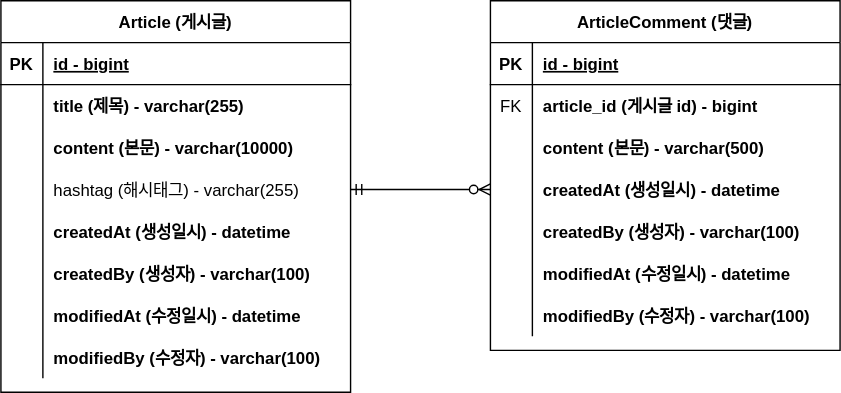
Jung98/fast-project-board keeps this draw.io diagram as document/project-board-erd.svg. Above is the earlier version. Source tidied: cells renumbered, new cells last; positions are measured from the earlier drawing's top-left corner, leaving out a move shared by most shapes.
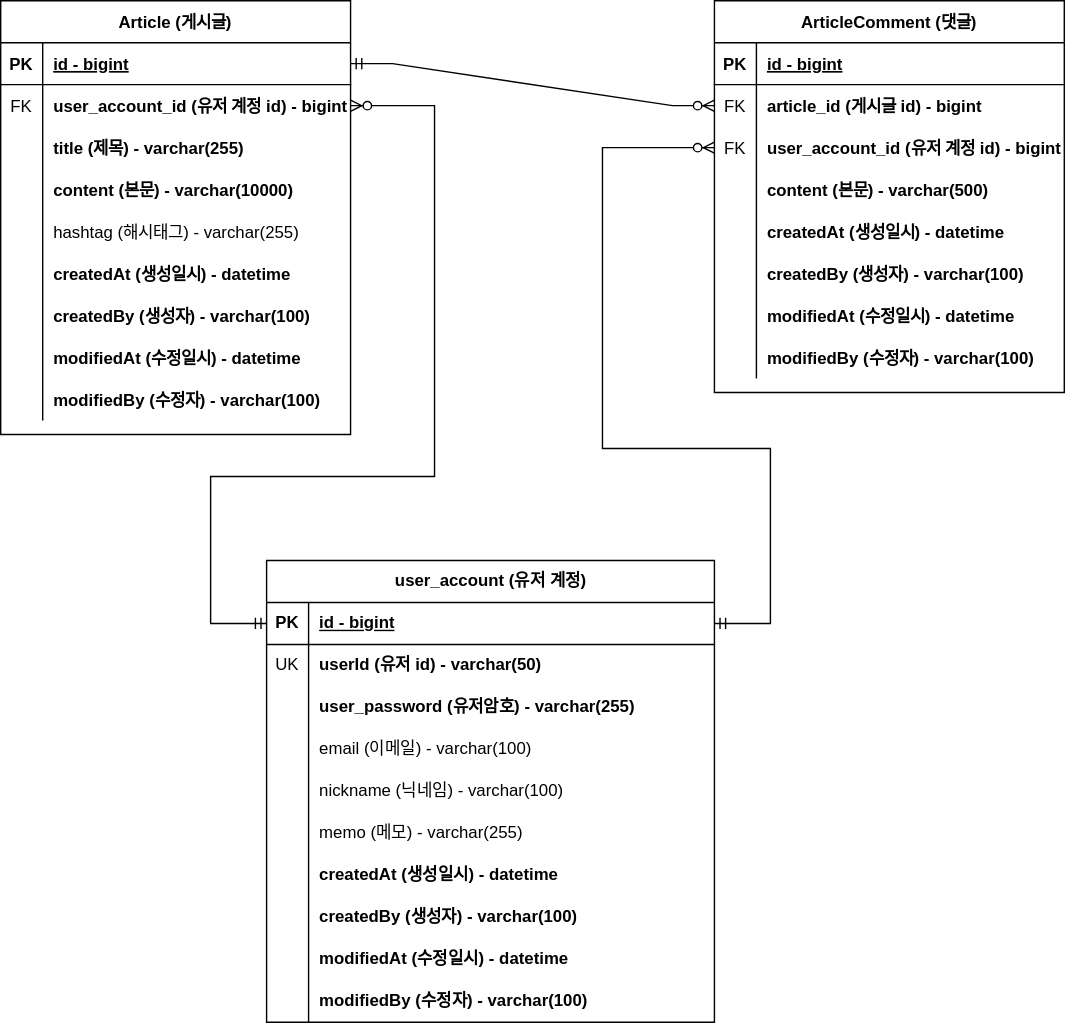
Above is the later version.

Commit message:
#21 - 회원 계정 도메인 구현 및 erd 반영

What changed in the source:
```diff
@@ -3,7 +3,7 @@
     <mxCell id="0" />
     <mxCell id="1" parent="0" />
     <mxCell id="2" value="Article (게시글)" style="shape=table;startSize=30;rowLines=0;fontStyle=1;align=center;" parent="1" vertex="1">
-      <mxGeometry width="250" height="280" as="geometry" />
+      <mxGeometry x="-30" width="250" height="310" as="geometry" />
     </mxCell>
     <mxCell id="3" style="shape=partialRectangle;fillColor=none;points=[[0,0.5],[1,0.5]];portConstraint=eastwest;top=0;left=0;right=0;bottom=1;" parent="2" vertex="1">
       <mxGeometry y="30" width="250" height="30" as="geometry" />
@@ -17,14 +17,23 @@
     <mxCell id="6" style="shape=partialRectangle;fillColor=none;points=[[0,0.5],[1,0.5]];portConstraint=eastwest;top=0;left=0;right=0;bottom=0;" parent="2" vertex="1">
       <mxGeometry y="60" width="250" height="30" as="geometry" />
     </mxCell>
-    <mxCell id="7" style="shape=partialRectangle;overflow=hidden;fillColor=none;top=0;left=0;bottom=0;right=0;" parent="6" vertex="1">
+    <mxCell id="7" value="FK" style="shape=partialRectangle;overflow=hidden;fillColor=none;top=0;left=0;bottom=0;right=0;" parent="6" vertex="1">
       <mxGeometry width="30" height="30" as="geometry" />
     </mxCell>
-    <mxCell id="8" value="title (제목) - varchar(255)" style="shape=partialRectangle;overflow=hidden;fillColor=none;top=0;left=0;bottom=0;right=0;align=left;spacingLeft=6;fontStyle=1;" parent="6" vertex="1">
+    <mxCell id="8" value="user_account_id (유저 계정 id) - bigint" style="shape=partialRectangle;overflow=hidden;fillColor=none;top=0;left=0;bottom=0;right=0;align=left;spacingLeft=6;fontStyle=1;" parent="6" vertex="1">
       <mxGeometry x="30" width="220" height="30" as="geometry" />
     </mxCell>
+    <mxCell id="50" style="shape=partialRectangle;fillColor=none;top=0;left=0;right=0;bottom=0;" parent="2" vertex="1">
+      <mxGeometry y="90" width="250" height="30" as="geometry" />
+    </mxCell>
+    <mxCell id="51" style="shape=partialRectangle;overflow=hidden;fillColor=none;top=0;left=0;bottom=0;right=0;" parent="50" vertex="1">
+      <mxGeometry width="30" height="30" as="geometry" />
+    </mxCell>
+    <mxCell id="52" value="title (제목) - varchar(255)" style="shape=partialRectangle;overflow=hidden;fillColor=none;top=0;left=0;bottom=0;right=0;align=left;spacingLeft=6;fontStyle=1;" parent="50" vertex="1">
+      <mxGeometry x="30" width="220" height="30" as="geometry" />
+    </mxCell>
     <mxCell id="9" style="shape=partialRectangle;fillColor=none;top=0;left=0;right=0;bottom=0;" parent="2" vertex="1">
-      <mxGeometry y="90" width="250" height="30" as="geometry" />
+      <mxGeometry y="120" width="250" height="30" as="geometry" />
     </mxCell>
     <mxCell id="10" style="shape=partialRectangle;overflow=hidden;fillColor=none;top=0;left=0;bottom=0;right=0;" parent="9" vertex="1">
       <mxGeometry width="30" height="30" as="geometry" />
@@ -33,7 +42,7 @@
       <mxGeometry x="30" width="220" height="30" as="geometry" />
     </mxCell>
     <mxCell id="12" style="shape=partialRectangle;fillColor=none;points=[[0,0.5],[1,0.5]];portConstraint=eastwest;top=0;left=0;right=0;bottom=0;" parent="2" vertex="1">
-      <mxGeometry y="120" width="250" height="30" as="geometry" />
+      <mxGeometry y="150" width="250" height="30" as="geometry" />
     </mxCell>
     <mxCell id="13" style="shape=partialRectangle;overflow=hidden;fillColor=none;top=0;left=0;bottom=0;right=0;" parent="12" vertex="1">
       <mxGeometry width="30" height="30" as="geometry" />
@@ -42,7 +51,7 @@
       <mxGeometry x="30" width="220" height="30" as="geometry" />
     </mxCell>
     <mxCell id="15" style="shape=partialRectangle;fillColor=none;top=0;left=0;right=0;bottom=0;" parent="2" vertex="1">
-      <mxGeometry y="150" width="250" height="30" as="geometry" />
+      <mxGeometry y="180" width="250" height="30" as="geometry" />
     </mxCell>
     <mxCell id="16" style="shape=partialRectangle;overflow=hidden;fillColor=none;top=0;left=0;bottom=0;right=0;" parent="15" vertex="1">
       <mxGeometry width="30" height="30" as="geometry" />
@@ -51,7 +60,7 @@
       <mxGeometry x="30" width="220" height="30" as="geometry" />
     </mxCell>
     <mxCell id="18" style="shape=partialRectangle;fillColor=none;top=0;left=0;right=0;bottom=0;" parent="2" vertex="1">
-      <mxGeometry y="180" width="250" height="30" as="geometry" />
+      <mxGeometry y="210" width="250" height="30" as="geometry" />
     </mxCell>
     <mxCell id="19" style="shape=partialRectangle;overflow=hidden;fillColor=none;top=0;left=0;bottom=0;right=0;" parent="18" vertex="1">
       <mxGeometry width="30" height="30" as="geometry" />
@@ -60,7 +69,7 @@
       <mxGeometry x="30" width="220" height="30" as="geometry" />
     </mxCell>
     <mxCell id="21" style="shape=partialRectangle;fillColor=none;top=0;left=0;right=0;bottom=0;" parent="2" vertex="1">
-      <mxGeometry y="210" width="250" height="30" as="geometry" />
+      <mxGeometry y="240" width="250" height="30" as="geometry" />
     </mxCell>
     <mxCell id="22" style="shape=partialRectangle;overflow=hidden;fillColor=none;top=0;left=0;bottom=0;right=0;" parent="21" vertex="1">
       <mxGeometry width="30" height="30" as="geometry" />
@@ -69,7 +78,7 @@
       <mxGeometry x="30" width="220" height="30" as="geometry" />
     </mxCell>
     <mxCell id="24" style="shape=partialRectangle;fillColor=none;top=0;left=0;right=0;bottom=0;" parent="2" vertex="1">
-      <mxGeometry y="240" width="250" height="30" as="geometry" />
+      <mxGeometry y="270" width="250" height="30" as="geometry" />
     </mxCell>
     <mxCell id="25" style="shape=partialRectangle;overflow=hidden;fillColor=none;top=0;left=0;bottom=0;right=0;" parent="24" vertex="1">
       <mxGeometry width="30" height="30" as="geometry" />
@@ -78,7 +87,7 @@
       <mxGeometry x="30" width="220" height="30" as="geometry" />
     </mxCell>
     <mxCell id="27" value="ArticleComment (댓글)" style="shape=table;startSize=30;rowLines=0;fontStyle=1;align=center;" parent="1" vertex="1">
-      <mxGeometry x="350" width="250" height="250" as="geometry" />
+      <mxGeometry x="480" width="250" height="280" as="geometry" />
     </mxCell>
     <mxCell id="28" style="shape=partialRectangle;fillColor=none;top=0;left=0;right=0;bottom=1;" parent="27" vertex="1">
       <mxGeometry y="30" width="250" height="30" as="geometry" />
@@ -98,8 +107,17 @@
     <mxCell id="33" value="article_id (게시글 id) - bigint" style="shape=partialRectangle;overflow=hidden;fillColor=none;top=0;left=0;bottom=0;right=0;align=left;spacingLeft=6;fontStyle=1;" parent="31" vertex="1">
       <mxGeometry x="30" width="220" height="30" as="geometry" />
     </mxCell>
+    <mxCell id="53" style="shape=partialRectangle;fillColor=none;points=[[0,0.5],[1,0.5]];portConstraint=eastwest;top=0;left=0;right=0;bottom=0;" parent="27" vertex="1">
+      <mxGeometry y="90" width="250" height="30" as="geometry" />
+    </mxCell>
+    <mxCell id="54" value="FK" style="shape=partialRectangle;overflow=hidden;fillColor=none;top=0;left=0;bottom=0;right=0;" parent="53" vertex="1">
+      <mxGeometry width="30" height="30" as="geometry" />
+    </mxCell>
+    <mxCell id="55" value="user_account_id (유저 계정 id) - bigint" style="shape=partialRectangle;overflow=hidden;fillColor=none;top=0;left=0;bottom=0;right=0;align=left;spacingLeft=6;fontStyle=1;" parent="53" vertex="1">
+      <mxGeometry x="30" width="220" height="30" as="geometry" />
+    </mxCell>
     <mxCell id="34" style="shape=partialRectangle;fillColor=none;top=0;left=0;right=0;bottom=0;" parent="27" vertex="1">
-      <mxGeometry y="90" width="250" height="30" as="geometry" />
+      <mxGeometry y="120" width="250" height="30" as="geometry" />
     </mxCell>
     <mxCell id="35" style="shape=partialRectangle;overflow=hidden;fillColor=none;top=0;left=0;bottom=0;right=0;" parent="34" vertex="1">
       <mxGeometry width="30" height="30" as="geometry" />
@@ -108,7 +126,7 @@
       <mxGeometry x="30" width="220" height="30" as="geometry" />
     </mxCell>
     <mxCell id="37" style="shape=partialRectangle;fillColor=none;points=[[0,0.5],[1,0.5]];portConstraint=eastwest;top=0;left=0;right=0;bottom=0;" parent="27" vertex="1">
-      <mxGeometry y="120" width="250" height="30" as="geometry" />
+      <mxGeometry y="150" width="250" height="30" as="geometry" />
     </mxCell>
     <mxCell id="38" style="shape=partialRectangle;overflow=hidden;fillColor=none;top=0;left=0;bottom=0;right=0;" parent="37" vertex="1">
       <mxGeometry width="30" height="30" as="geometry" />
@@ -117,7 +135,7 @@
       <mxGeometry x="30" width="220" height="30" as="geometry" />
     </mxCell>
     <mxCell id="40" style="shape=partialRectangle;fillColor=none;top=0;left=0;right=0;bottom=0;" parent="27" vertex="1">
-      <mxGeometry y="150" width="250" height="30" as="geometry" />
+      <mxGeometry y="180" width="250" height="30" as="geometry" />
     </mxCell>
     <mxCell id="41" style="shape=partialRectangle;overflow=hidden;fillColor=none;top=0;left=0;bottom=0;right=0;" parent="40" vertex="1">
       <mxGeometry width="30" height="30" as="geometry" />
@@ -126,7 +144,7 @@
       <mxGeometry x="30" width="220" height="30" as="geometry" />
     </mxCell>
     <mxCell id="43" style="shape=partialRectangle;fillColor=none;top=0;left=0;right=0;bottom=0;" parent="27" vertex="1">
-      <mxGeometry y="180" width="250" height="30" as="geometry" />
+      <mxGeometry y="210" width="250" height="30" as="geometry" />
     </mxCell>
     <mxCell id="44" style="shape=partialRectangle;overflow=hidden;fillColor=none;top=0;left=0;bottom=0;right=0;" parent="43" vertex="1">
       <mxGeometry width="30" height="30" as="geometry" />
@@ -135,7 +153,7 @@
       <mxGeometry x="30" width="220" height="30" as="geometry" />
     </mxCell>
     <mxCell id="46" style="shape=partialRectangle;fillColor=none;top=0;left=0;right=0;bottom=0;" parent="27" vertex="1">
-      <mxGeometry y="210" width="250" height="30" as="geometry" />
+      <mxGeometry y="240" width="250" height="30" as="geometry" />
     </mxCell>
     <mxCell id="47" style="shape=partialRectangle;overflow=hidden;fillColor=none;top=0;left=0;bottom=0;right=0;" parent="46" vertex="1">
       <mxGeometry width="30" height="30" as="geometry" />
@@ -143,8 +161,121 @@
     <mxCell id="48" value="modifiedBy (수정자) - varchar(100)" style="shape=partialRectangle;overflow=hidden;fillColor=none;top=0;left=0;bottom=0;right=0;align=left;spacingLeft=6;fontStyle=1;" parent="46" vertex="1">
       <mxGeometry x="30" width="220" height="30" as="geometry" />
     </mxCell>
-    <mxCell id="49" style="edgeStyle=entityRelationEdgeStyle;fontSize=12;html=1;endArrow=ERzeroToMany;startArrow=ERmandOne;rounded=0;exitX=1;exitY=0.5;exitDx=0;exitDy=0;entryX=0;entryY=0.5;entryDx=0;entryDy=0;" parent="1" edge="1" source="12" target="37">
+    <mxCell id="49" style="edgeStyle=entityRelationEdgeStyle;fontSize=12;html=1;endArrow=ERzeroToMany;startArrow=ERmandOne;rounded=0;exitX=1;exitY=0.5;exitDx=0;exitDy=0;entryX=0;entryY=0.5;entryDx=0;entryDy=0;" parent="1" edge="1" source="3" target="31">
       <mxGeometry relative="1" as="geometry" />
     </mxCell>
+    <mxCell id="56" value="user_account (유저 계정)" style="shape=table;startSize=30;rowLines=0;fontStyle=1;align=center;html=1;" parent="1" vertex="1">
+      <mxGeometry x="160" y="400" width="320" height="330" as="geometry" />
+    </mxCell>
+    <mxCell id="57" style="shape=tableRow;horizontal=0;startSize=0;swimlaneHead=0;swimlaneBody=0;fillColor=none;points=[[0,0.5],[1,0.5]];portConstraint=eastwest;top=0;left=0;right=0;bottom=1;" parent="56" vertex="1">
+      <mxGeometry y="30" width="320" height="30" as="geometry" />
+    </mxCell>
+    <mxCell id="58" value="PK" style="shape=partialRectangle;fillColor=none;top=0;left=0;bottom=0;right=0;fontStyle=1;overflow=hidden;whiteSpace=wrap;html=1;" parent="57" vertex="1">
+      <mxGeometry width="30" height="30" as="geometry" />
+    </mxCell>
+    <mxCell id="59" value="id - bigint" style="shape=partialRectangle;fillColor=none;top=0;left=0;bottom=0;right=0;align=left;spacingLeft=6;fontStyle=5;overflow=hidden;whiteSpace=wrap;html=1;" parent="57" vertex="1">
+      <mxGeometry x="30" width="290" height="30" as="geometry" />
+    </mxCell>
+    <mxCell id="60" style="shape=tableRow;horizontal=0;startSize=0;swimlaneHead=0;swimlaneBody=0;fillColor=none;top=0;left=0;right=0;bottom=0;" parent="56" vertex="1">
+      <mxGeometry y="60" width="320" height="30" as="geometry" />
+    </mxCell>
+    <mxCell id="61" value="UK" style="shape=partialRectangle;fillColor=none;top=0;left=0;bottom=0;right=0;overflow=hidden;whiteSpace=wrap;html=1;" parent="60" vertex="1">
+      <mxGeometry width="30" height="30" as="geometry" />
+    </mxCell>
+    <mxCell id="62" value="userId (유저 id) - varchar(50)" style="shape=partialRectangle;fillColor=none;top=0;left=0;bottom=0;right=0;align=left;spacingLeft=6;overflow=hidden;whiteSpace=wrap;html=1;fontStyle=1;" parent="60" vertex="1">
+      <mxGeometry x="30" width="290" height="30" as="geometry" />
+    </mxCell>
+    <mxCell id="63" style="shape=tableRow;horizontal=0;startSize=0;swimlaneHead=0;swimlaneBody=0;fillColor=none;top=0;left=0;right=0;bottom=0;" parent="56" vertex="1">
+      <mxGeometry y="90" width="320" height="30" as="geometry" />
+    </mxCell>
+    <mxCell id="64" style="shape=partialRectangle;fillColor=none;top=0;left=0;bottom=0;right=0;overflow=hidden;whiteSpace=wrap;html=1;" parent="63" vertex="1">
+      <mxGeometry width="30" height="30" as="geometry" />
+    </mxCell>
+    <mxCell id="65" value="user_password (유저암호) - varchar(255)" style="shape=partialRectangle;fillColor=none;top=0;left=0;bottom=0;right=0;align=left;spacingLeft=6;overflow=hidden;whiteSpace=wrap;html=1;fontStyle=1;" parent="63" vertex="1">
+      <mxGeometry x="30" width="290" height="30" as="geometry" />
+    </mxCell>
+    <mxCell id="66" style="shape=tableRow;horizontal=0;startSize=0;swimlaneHead=0;swimlaneBody=0;fillColor=none;top=0;left=0;right=0;bottom=0;" parent="56" vertex="1">
+      <mxGeometry y="120" width="320" height="30" as="geometry" />
+    </mxCell>
+    <mxCell id="67" style="shape=partialRectangle;fillColor=none;top=0;left=0;bottom=0;right=0;overflow=hidden;whiteSpace=wrap;html=1;" parent="66" vertex="1">
+      <mxGeometry width="30" height="30" as="geometry" />
+    </mxCell>
+    <mxCell id="68" value="email (이메일) - varchar(100)" style="shape=partialRectangle;fillColor=none;top=0;left=0;bottom=0;right=0;align=left;spacingLeft=6;overflow=hidden;whiteSpace=wrap;html=1;" parent="66" vertex="1">
+      <mxGeometry x="30" width="290" height="30" as="geometry" />
+    </mxCell>
+    <mxCell id="69" style="shape=tableRow;horizontal=0;startSize=0;swimlaneHead=0;swimlaneBody=0;fillColor=none;top=0;left=0;right=0;bottom=0;" parent="56" vertex="1">
+      <mxGeometry y="150" width="320" height="30" as="geometry" />
+    </mxCell>
+    <mxCell id="70" style="shape=partialRectangle;fillColor=none;top=0;left=0;bottom=0;right=0;overflow=hidden;whiteSpace=wrap;html=1;" parent="69" vertex="1">
+      <mxGeometry width="30" height="30" as="geometry" />
+    </mxCell>
+    <mxCell id="71" value="nickname (닉네임) - varchar(100)" style="shape=partialRectangle;fillColor=none;top=0;left=0;bottom=0;right=0;align=left;spacingLeft=6;overflow=hidden;whiteSpace=wrap;html=1;" parent="69" vertex="1">
+      <mxGeometry x="30" width="290" height="30" as="geometry" />
+    </mxCell>
+    <mxCell id="72" style="shape=tableRow;horizontal=0;startSize=0;swimlaneHead=0;swimlaneBody=0;fillColor=none;top=0;left=0;right=0;bottom=0;" parent="56" vertex="1">
+      <mxGeometry y="180" width="320" height="30" as="geometry" />
+    </mxCell>
+    <mxCell id="73" style="shape=partialRectangle;fillColor=none;top=0;left=0;bottom=0;right=0;overflow=hidden;whiteSpace=wrap;html=1;" parent="72" vertex="1">
+      <mxGeometry width="30" height="30" as="geometry" />
+    </mxCell>
+    <mxCell id="74" value="memo (메모) - varchar(255)" style="shape=partialRectangle;fillColor=none;top=0;left=0;bottom=0;right=0;align=left;spacingLeft=6;overflow=hidden;whiteSpace=wrap;html=1;" parent="72" vertex="1">
+      <mxGeometry x="30" width="290" height="30" as="geometry" />
+    </mxCell>
+    <mxCell id="75" style="shape=tableRow;horizontal=0;startSize=0;swimlaneHead=0;swimlaneBody=0;fillColor=none;top=0;left=0;right=0;bottom=0;" parent="56" vertex="1">
+      <mxGeometry y="210" width="320" height="30" as="geometry" />
+    </mxCell>
+    <mxCell id="76" style="shape=partialRectangle;fillColor=none;top=0;left=0;bottom=0;right=0;overflow=hidden;whiteSpace=wrap;html=1;" parent="75" vertex="1">
+      <mxGeometry width="30" height="30" as="geometry" />
+    </mxCell>
+    <mxCell id="77" value="createdAt (생성일시) - datetime" style="shape=partialRectangle;fillColor=none;top=0;left=0;bottom=0;right=0;align=left;spacingLeft=6;overflow=hidden;whiteSpace=wrap;html=1;fontStyle=1;" parent="75" vertex="1">
+      <mxGeometry x="30" width="290" height="30" as="geometry" />
+    </mxCell>
+    <mxCell id="78" style="shape=tableRow;horizontal=0;startSize=0;swimlaneHead=0;swimlaneBody=0;fillColor=none;top=0;left=0;right=0;bottom=0;" parent="56" vertex="1">
+      <mxGeometry y="240" width="320" height="30" as="geometry" />
+    </mxCell>
+    <mxCell id="79" style="shape=partialRectangle;fillColor=none;top=0;left=0;bottom=0;right=0;overflow=hidden;whiteSpace=wrap;html=1;" parent="78" vertex="1">
+      <mxGeometry width="30" height="30" as="geometry" />
+    </mxCell>
+    <mxCell id="80" value="createdBy (생성자) - varchar(100)" style="shape=partialRectangle;fillColor=none;top=0;left=0;bottom=0;right=0;align=left;spacingLeft=6;overflow=hidden;whiteSpace=wrap;html=1;fontStyle=1;" parent="78" vertex="1">
+      <mxGeometry x="30" width="290" height="30" as="geometry" />
+    </mxCell>
+    <mxCell id="81" style="shape=tableRow;horizontal=0;startSize=0;swimlaneHead=0;swimlaneBody=0;fillColor=none;top=0;left=0;right=0;bottom=0;" parent="56" vertex="1">
+      <mxGeometry y="270" width="320" height="30" as="geometry" />
+    </mxCell>
+    <mxCell id="82" style="shape=partialRectangle;fillColor=none;top=0;left=0;bottom=0;right=0;overflow=hidden;whiteSpace=wrap;html=1;" parent="81" vertex="1">
+      <mxGeometry width="30" height="30" as="geometry" />
+    </mxCell>
+    <mxCell id="83" value="modifiedAt (수정일시) - datetime" style="shape=partialRectangle;fillColor=none;top=0;left=0;bottom=0;right=0;align=left;spacingLeft=6;overflow=hidden;whiteSpace=wrap;html=1;fontStyle=1;" parent="81" vertex="1">
+      <mxGeometry x="30" width="290" height="30" as="geometry" />
+    </mxCell>
+    <mxCell id="84" style="shape=tableRow;horizontal=0;startSize=0;swimlaneHead=0;swimlaneBody=0;fillColor=none;top=0;left=0;right=0;bottom=0;" parent="56" vertex="1">
+      <mxGeometry y="300" width="320" height="30" as="geometry" />
+    </mxCell>
+    <mxCell id="85" style="shape=partialRectangle;fillColor=none;top=0;left=0;bottom=0;right=0;overflow=hidden;whiteSpace=wrap;html=1;" parent="84" vertex="1">
+      <mxGeometry width="30" height="30" as="geometry" />
+    </mxCell>
+    <mxCell id="86" value="modifiedBy (수정자) - varchar(100)" style="shape=partialRectangle;fillColor=none;top=0;left=0;bottom=0;right=0;align=left;spacingLeft=6;overflow=hidden;whiteSpace=wrap;html=1;fontStyle=1;" parent="84" vertex="1">
+      <mxGeometry x="30" width="290" height="30" as="geometry" />
+    </mxCell>
+    <mxCell id="87" style="edgeStyle=orthogonalEdgeStyle;fontSize=12;html=1;endArrow=ERzeroToMany;startArrow=ERmandOne;rounded=0;exitX=0;exitY=0.5;exitDx=0;exitDy=0;entryX=1;entryY=0.5;entryDx=0;entryDy=0;" parent="1" edge="1" source="57" target="6">
+      <mxGeometry relative="1" as="geometry">
+        <Array as="points">
+          <mxPoint x="120" y="445" />
+          <mxPoint x="120" y="340" />
+          <mxPoint x="280" y="340" />
+          <mxPoint x="280" y="75" />
+        </Array>
+      </mxGeometry>
+    </mxCell>
+    <mxCell id="88" style="edgeStyle=orthogonalEdgeStyle;fontSize=12;html=1;endArrow=ERzeroToMany;startArrow=ERmandOne;rounded=0;exitX=1;exitY=0.5;exitDx=0;exitDy=0;entryX=0;entryY=0.5;entryDx=0;entryDy=0;" parent="1" edge="1" source="57" target="53">
+      <mxGeometry relative="1" as="geometry">
+        <Array as="points">
+          <mxPoint x="520" y="445" />
+          <mxPoint x="520" y="320" />
+          <mxPoint x="400" y="320" />
+          <mxPoint x="400" y="105" />
+        </Array>
+      </mxGeometry>
+    </mxCell>
   </root>
 </mxGraphModel>
```
